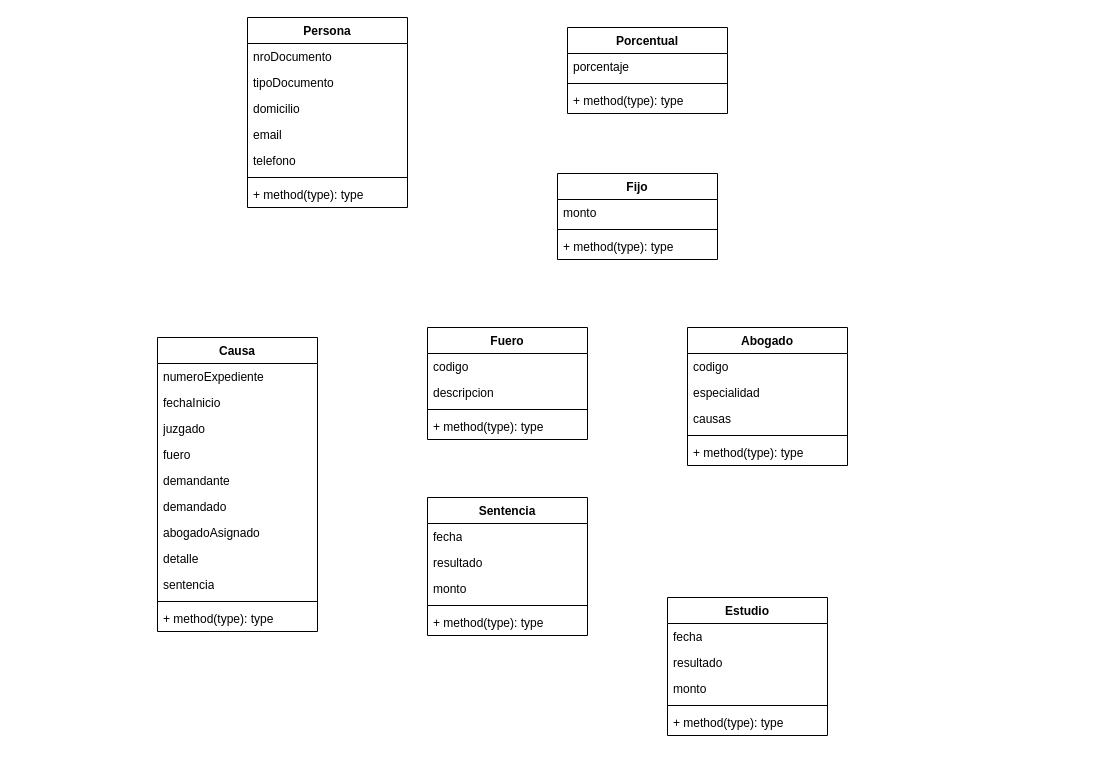
Above: diagrama.drawio in Valentin-Leone-Arriola/Paradigmas-2026-2k06-G03 (draw.io), before the change. Source tidied: cells renumbered, new cells numbered last; positions are measured from the earlier drawing's top-left corner, leaving out a move shared by most shapes. Both pictures are drawn from the tidied source at 100%, with x=0, y=0 at pixel (157, 17).
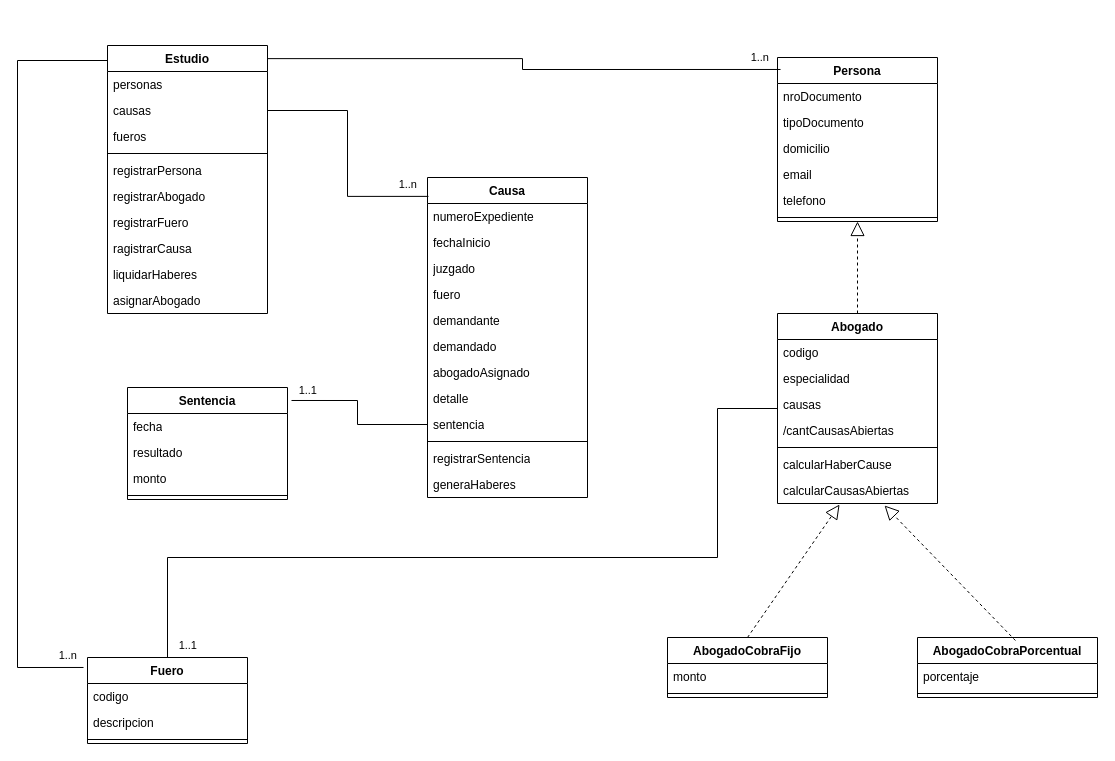
The same diagram, later.

Commit message (it also covers changes not shown here):
actualizando diagrama

The change refers to these unchanged cells:
```xml
<mxCell id="32" value="sentencia" style="text;strokeColor=none;fillColor=none;align=left;verticalAlign=top;spacingLeft=4;spacingRight=4;overflow=hidden;points=[[0,0.5],[1,0.5]];portConstraint=eastwest;whiteSpace=wrap;html=1;" parent="23" vertex="1">
  <mxGeometry y="234" width="160" height="26" as="geometry" />
</mxCell>
```

Change to the diagram source:
```diff
@@
-    <mxCell id="2" value="Fijo" style="swimlane;fontStyle=1;align=center;verticalAlign=top;horizontal=1;startSize=26;whiteSpace=wrap;html=1;" parent="1" vertex="1">
-      <mxGeometry x="400" y="156" width="160" height="86" as="geometry" />
+    <mxCell id="2" value="AbogadoCobraFijo" style="swimlane;fontStyle=1;align=center;verticalAlign=top;horizontal=1;startSize=26;whiteSpace=wrap;html=1;" parent="1" vertex="1">
+      <mxGeometry x="510" y="620" width="160" height="60" as="geometry" />
     </mxCell>
@@
-    <mxCell id="5" value="+ method(type): type" style="text;strokeColor=none;fillColor=none;align=left;verticalAlign=top;spacingLeft=4;spacingRight=4;overflow=hidden;whiteSpace=wrap;html=1;" parent="2" vertex="1">
-      <mxGeometry y="60" width="160" height="26" as="geometry" />
-    </mxCell>
     <mxCell id="6" value="Persona" style="swimlane;fontStyle=1;align=center;verticalAlign=top;horizontal=1;startSize=26;whiteSpace=wrap;html=1;" parent="1" vertex="1">
-      <mxGeometry x="90" width="160" height="190" as="geometry" />
+      <mxGeometry x="620" y="40" width="160" height="164" as="geometry" />
     </mxCell>
@@
-    <mxCell id="13" value="+ method(type): type" style="text;strokeColor=none;fillColor=none;align=left;verticalAlign=top;spacingLeft=4;spacingRight=4;overflow=hidden;whiteSpace=wrap;html=1;" parent="6" vertex="1">
-      <mxGeometry y="164" width="160" height="26" as="geometry" />
-    </mxCell>
-    <mxCell id="14" value="Porcentual" style="swimlane;fontStyle=1;align=center;verticalAlign=top;horizontal=1;startSize=26;whiteSpace=wrap;html=1;" parent="1" vertex="1">
-      <mxGeometry x="410" y="10" width="160" height="86" as="geometry" />
+    <mxCell id="14" value="AbogadoCobraPorcentual" style="swimlane;fontStyle=1;align=center;verticalAlign=top;horizontal=1;startSize=26;whiteSpace=wrap;html=1;" parent="1" vertex="1">
+      <mxGeometry x="760" y="620" width="180" height="60" as="geometry" />
     </mxCell>
     <mxCell id="15" value="porcentaje" style="text;strokeColor=none;fillColor=none;align=left;verticalAlign=top;spacingLeft=4;spacingRight=4;overflow=hidden;whiteSpace=wrap;html=1;" parent="14" vertex="1">
-      <mxGeometry y="26" width="160" height="26" as="geometry" />
+      <mxGeometry y="26" width="180" height="26" as="geometry" />
     </mxCell>
     <mxCell id="16" style="line;strokeWidth=1;fillColor=none;align=left;verticalAlign=middle;spacingTop=-1;spacingLeft=3;spacingRight=3;labelPosition=right;strokeColor=inherit;" parent="14" vertex="1">
-      <mxGeometry y="52" width="160" height="8" as="geometry" />
+      <mxGeometry y="52" width="180" height="8" as="geometry" />
     </mxCell>
-    <mxCell id="17" value="+ method(type): type" style="text;strokeColor=none;fillColor=none;align=left;verticalAlign=top;spacingLeft=4;spacingRight=4;overflow=hidden;whiteSpace=wrap;html=1;" parent="14" vertex="1">
-      <mxGeometry y="60" width="160" height="26" as="geometry" />
-    </mxCell>
     <mxCell id="18" value="Fuero" style="swimlane;fontStyle=1;align=center;verticalAlign=top;horizontal=1;startSize=26;whiteSpace=wrap;html=1;" parent="1" vertex="1">
-      <mxGeometry x="270" y="310" width="160" height="112" as="geometry" />
+      <mxGeometry x="-70" y="640" width="160" height="86" as="geometry" />
     </mxCell>
@@
-    <mxCell id="22" value="+ method(type): type" style="text;strokeColor=none;fillColor=none;align=left;verticalAlign=top;spacingLeft=4;spacingRight=4;overflow=hidden;whiteSpace=wrap;html=1;" parent="18" vertex="1">
-      <mxGeometry y="86" width="160" height="26" as="geometry" />
-    </mxCell>
     <mxCell id="23" value="Causa" style="swimlane;fontStyle=1;align=center;verticalAlign=top;horizontal=1;startSize=26;whiteSpace=wrap;html=1;" parent="1" vertex="1">
-      <mxGeometry y="320" width="160" height="294" as="geometry" />
+      <mxGeometry x="270" y="160" width="160" height="320" as="geometry" />
     </mxCell>
@@
-    <mxCell id="34" value="+ method(type): type" style="text;strokeColor=none;fillColor=none;align=left;verticalAlign=top;spacingLeft=4;spacingRight=4;overflow=hidden;whiteSpace=wrap;html=1;" parent="23" vertex="1">
+    <mxCell id="34" value="registrarSentencia" style="text;strokeColor=none;fillColor=none;align=left;verticalAlign=top;spacingLeft=4;spacingRight=4;overflow=hidden;whiteSpace=wrap;html=1;" parent="23" vertex="1">
       <mxGeometry y="268" width="160" height="26" as="geometry" />
     </mxCell>
+    <mxCell id="53" value="generaHaberes" style="text;strokeColor=none;fillColor=none;align=left;verticalAlign=top;spacingLeft=4;spacingRight=4;overflow=hidden;whiteSpace=wrap;html=1;" parent="23" vertex="1">
+      <mxGeometry y="294" width="160" height="26" as="geometry" />
+    </mxCell>
     <mxCell id="35" value="Abogado" style="swimlane;fontStyle=1;align=center;verticalAlign=top;horizontal=1;startSize=26;whiteSpace=wrap;html=1;" parent="1" vertex="1">
-      <mxGeometry x="530" y="310" width="160" height="138" as="geometry" />
+      <mxGeometry x="620" y="296" width="160" height="190" as="geometry" />
     </mxCell>
@@
+    <mxCell id="54" value="/cantCausasAbiertas" style="text;strokeColor=none;fillColor=none;align=left;verticalAlign=top;spacingLeft=4;spacingRight=4;overflow=hidden;whiteSpace=wrap;html=1;" parent="35" vertex="1">
+      <mxGeometry y="104" width="160" height="26" as="geometry" />
+    </mxCell>
     <mxCell id="39" style="line;strokeWidth=1;fillColor=none;align=left;verticalAlign=middle;spacingTop=-1;spacingLeft=3;spacingRight=3;labelPosition=right;strokeColor=inherit;" parent="35" vertex="1">
-      <mxGeometry y="104" width="160" height="8" as="geometry" />
+      <mxGeometry y="130" width="160" height="8" as="geometry" />
     </mxCell>
-    <mxCell id="40" value="+ method(type): type" style="text;strokeColor=none;fillColor=none;align=left;verticalAlign=top;spacingLeft=4;spacingRight=4;overflow=hidden;whiteSpace=wrap;html=1;" parent="35" vertex="1">
-      <mxGeometry y="112" width="160" height="26" as="geometry" />
+    <mxCell id="40" value="&lt;div&gt;calcularHaberCause&lt;/div&gt;" style="text;strokeColor=none;fillColor=none;align=left;verticalAlign=top;spacingLeft=4;spacingRight=4;overflow=hidden;whiteSpace=wrap;html=1;" parent="35" vertex="1">
+      <mxGeometry y="138" width="160" height="26" as="geometry" />
     </mxCell>
+    <mxCell id="55" value="&lt;div&gt;calcularCausasAbiertas&lt;/div&gt;" style="text;strokeColor=none;fillColor=none;align=left;verticalAlign=top;spacingLeft=4;spacingRight=4;overflow=hidden;points=[[0,0.5],[1,0.5]];portConstraint=eastwest;whiteSpace=wrap;html=1;" parent="35" vertex="1">
+      <mxGeometry y="164" width="160" height="26" as="geometry" />
+    </mxCell>
     <mxCell id="41" value="Sentencia" style="swimlane;fontStyle=1;align=center;verticalAlign=top;horizontal=1;startSize=26;whiteSpace=wrap;html=1;" parent="1" vertex="1">
-      <mxGeometry x="270" y="480" width="160" height="138" as="geometry" />
+      <mxGeometry x="-30" y="370" width="160" height="112" as="geometry" />
     </mxCell>
@@
-    <mxCell id="46" value="+ method(type): type" style="text;strokeColor=none;fillColor=none;align=left;verticalAlign=top;spacingLeft=4;spacingRight=4;overflow=hidden;whiteSpace=wrap;html=1;" parent="41" vertex="1">
-      <mxGeometry y="112" width="160" height="26" as="geometry" />
-    </mxCell>
     <mxCell id="47" value="Estudio" style="swimlane;fontStyle=1;align=center;verticalAlign=top;horizontal=1;startSize=26;whiteSpace=wrap;html=1;" parent="1" vertex="1">
-      <mxGeometry x="510" y="580" width="160" height="138" as="geometry" />
+      <mxGeometry x="-50" y="28" width="160" height="268" as="geometry" />
     </mxCell>
-    <mxCell id="48" value="fecha" style="text;strokeColor=none;fillColor=none;align=left;verticalAlign=top;spacingLeft=4;spacingRight=4;overflow=hidden;whiteSpace=wrap;html=1;" parent="47" vertex="1">
+    <mxCell id="48" value="personas" style="text;strokeColor=none;fillColor=none;align=left;verticalAlign=top;spacingLeft=4;spacingRight=4;overflow=hidden;whiteSpace=wrap;html=1;" parent="47" vertex="1">
       <mxGeometry y="26" width="160" height="26" as="geometry" />
     </mxCell>
-    <mxCell id="49" value="resultado" style="text;strokeColor=none;fillColor=none;align=left;verticalAlign=top;spacingLeft=4;spacingRight=4;overflow=hidden;points=[[0,0.5],[1,0.5]];portConstraint=eastwest;whiteSpace=wrap;html=1;" parent="47" vertex="1">
+    <mxCell id="49" value="causas" style="text;strokeColor=none;fillColor=none;align=left;verticalAlign=top;spacingLeft=4;spacingRight=4;overflow=hidden;points=[[0,0.5],[1,0.5]];portConstraint=eastwest;whiteSpace=wrap;html=1;" parent="47" vertex="1">
       <mxGeometry y="52" width="160" height="26" as="geometry" />
     </mxCell>
-    <mxCell id="50" value="monto" style="text;strokeColor=none;fillColor=none;align=left;verticalAlign=top;spacingLeft=4;spacingRight=4;overflow=hidden;whiteSpace=wrap;html=1;" parent="47" vertex="1">
+    <mxCell id="50" value="fueros" style="text;strokeColor=none;fillColor=none;align=left;verticalAlign=top;spacingLeft=4;spacingRight=4;overflow=hidden;whiteSpace=wrap;html=1;" parent="47" vertex="1">
       <mxGeometry y="78" width="160" height="26" as="geometry" />
     </mxCell>
@@
+    <mxCell id="56" value="registrarPersona" style="text;strokeColor=none;fillColor=none;align=left;verticalAlign=top;spacingLeft=4;spacingRight=4;overflow=hidden;whiteSpace=wrap;html=1;" parent="47" vertex="1">
+      <mxGeometry y="112" width="160" height="26" as="geometry" />
+    </mxCell>
-    <mxCell id="52" value="+ method(type): type" style="text;strokeColor=none;fillColor=none;align=left;verticalAlign=top;spacingLeft=4;spacingRight=4;overflow=hidden;whiteSpace=wrap;html=1;" parent="47" vertex="1">
-      <mxGeometry y="112" width="160" height="26" as="geometry" />
+    <mxCell id="52" value="registrarAbogado" style="text;strokeColor=none;fillColor=none;align=left;verticalAlign=top;spacingLeft=4;spacingRight=4;overflow=hidden;whiteSpace=wrap;html=1;" parent="47" vertex="1">
+      <mxGeometry y="138" width="160" height="26" as="geometry" />
     </mxCell>
+    <mxCell id="57" value="registrarFuero" style="text;strokeColor=none;fillColor=none;align=left;verticalAlign=top;spacingLeft=4;spacingRight=4;overflow=hidden;whiteSpace=wrap;html=1;" parent="47" vertex="1">
+      <mxGeometry y="164" width="160" height="26" as="geometry" />
+    </mxCell>
+    <mxCell id="58" value="ragistrarCausa" style="text;strokeColor=none;fillColor=none;align=left;verticalAlign=top;spacingLeft=4;spacingRight=4;overflow=hidden;whiteSpace=wrap;html=1;" parent="47" vertex="1">
+      <mxGeometry y="190" width="160" height="26" as="geometry" />
+    </mxCell>
+    <mxCell id="59" value="liquidarHaberes" style="text;strokeColor=none;fillColor=none;align=left;verticalAlign=top;spacingLeft=4;spacingRight=4;overflow=hidden;whiteSpace=wrap;html=1;" parent="47" vertex="1">
+      <mxGeometry y="216" width="160" height="26" as="geometry" />
+    </mxCell>
+    <mxCell id="60" value="asignarAbogado" style="text;strokeColor=none;fillColor=none;align=left;verticalAlign=top;spacingLeft=4;spacingRight=4;overflow=hidden;whiteSpace=wrap;html=1;" parent="47" vertex="1">
+      <mxGeometry y="242" width="160" height="26" as="geometry" />
+    </mxCell>
+    <mxCell id="61" style="endArrow=none;html=1;edgeStyle=orthogonalEdgeStyle;rounded=0;exitX=1;exitY=0.5;exitDx=0;exitDy=0;entryX=0.006;entryY=0.059;entryDx=0;entryDy=0;entryPerimeter=0;" parent="1" edge="1" source="49" target="23">
+      <mxGeometry relative="1" as="geometry" />
+    </mxCell>
+    <mxCell id="62" value="1..n" style="edgeLabel;html=1;align=right;verticalAlign=bottom;" parent="61" vertex="1">
+      <mxGeometry x="1" relative="1" as="geometry">
+        <mxPoint x="-11" y="-4" as="offset" />
+      </mxGeometry>
+    </mxCell>
+    <mxCell id="63" style="endArrow=none;html=1;edgeStyle=orthogonalEdgeStyle;rounded=0;exitX=1.025;exitY=0.116;exitDx=0;exitDy=0;exitPerimeter=0;entryX=0;entryY=0.5;entryDx=0;entryDy=0;" parent="1" edge="1" source="41" target="32">
+      <mxGeometry relative="1" as="geometry" />
+    </mxCell>
+    <mxCell id="64" value="1..1" style="edgeLabel;html=1;align=right;verticalAlign=bottom;" parent="63" vertex="1">
+      <mxGeometry x="1" relative="1" as="geometry">
+        <mxPoint x="-110" y="-26" as="offset" />
+      </mxGeometry>
+    </mxCell>
+    <mxCell id="65" style="endArrow=none;html=1;edgeStyle=orthogonalEdgeStyle;rounded=0;exitX=1;exitY=0.049;exitDx=0;exitDy=0;exitPerimeter=0;entryX=0.019;entryY=0.073;entryDx=0;entryDy=0;entryPerimeter=0;" parent="1" edge="1" source="47" target="6">
+      <mxGeometry relative="1" as="geometry" />
+    </mxCell>
+    <mxCell id="66" value="1..n" style="edgeLabel;html=1;align=right;verticalAlign=bottom;" parent="65" vertex="1">
+      <mxGeometry x="1" relative="1" as="geometry">
+        <mxPoint x="-11" y="-4" as="offset" />
+      </mxGeometry>
+    </mxCell>
+    <mxCell id="67" style="endArrow=none;html=1;edgeStyle=orthogonalEdgeStyle;rounded=0;entryX=0;entryY=0.056;entryDx=0;entryDy=0;entryPerimeter=0;exitX=-0.025;exitY=0.116;exitDx=0;exitDy=0;exitPerimeter=0;" parent="1" edge="1" source="18" target="47">
+      <mxGeometry relative="1" as="geometry">
+        <Array as="points">
+          <mxPoint x="-140" y="650" />
+          <mxPoint x="-140" y="43" />
+        </Array>
+      </mxGeometry>
+    </mxCell>
+    <mxCell id="68" value="1..n" style="edgeLabel;html=1;align=right;verticalAlign=bottom;" parent="67" vertex="1">
+      <mxGeometry x="1" relative="1" as="geometry">
+        <mxPoint x="-30" y="603" as="offset" />
+      </mxGeometry>
+    </mxCell>
+    <mxCell id="69" style="endArrow=none;html=1;edgeStyle=orthogonalEdgeStyle;rounded=0;exitX=0.5;exitY=0;exitDx=0;exitDy=0;entryX=0;entryY=0.5;entryDx=0;entryDy=0;" parent="1" edge="1" source="18" target="35">
+      <mxGeometry relative="1" as="geometry">
+        <Array as="points">
+          <mxPoint x="10" y="540" />
+          <mxPoint x="560" y="540" />
+          <mxPoint x="560" y="391" />
+        </Array>
+      </mxGeometry>
+    </mxCell>
+    <mxCell id="70" value="1..1" style="edgeLabel;html=1;align=right;verticalAlign=bottom;" parent="69" vertex="1">
+      <mxGeometry x="1" relative="1" as="geometry">
+        <mxPoint x="-580" y="245" as="offset" />
+      </mxGeometry>
+    </mxCell>
+    <mxCell id="71" style="endArrow=block;dashed=1;endFill=0;endSize=12;html=1;rounded=0;entryX=0.5;entryY=1;entryDx=0;entryDy=0;exitX=0.5;exitY=0;exitDx=0;exitDy=0;" parent="1" edge="1" source="35" target="6">
+      <mxGeometry relative="1" as="geometry" />
+    </mxCell>
+    <mxCell id="72" style="endArrow=block;dashed=1;endFill=0;endSize=12;html=1;rounded=0;entryX=0.388;entryY=1.038;entryDx=0;entryDy=0;exitX=0.5;exitY=0;exitDx=0;exitDy=0;entryPerimeter=0;" parent="1" edge="1" source="2" target="55">
+      <mxGeometry relative="1" as="geometry" />
+    </mxCell>
+    <mxCell id="73" style="endArrow=block;dashed=1;endFill=0;endSize=12;html=1;rounded=0;entryX=0.669;entryY=1.077;entryDx=0;entryDy=0;exitX=0.544;exitY=0.05;exitDx=0;exitDy=0;entryPerimeter=0;exitPerimeter=0;" parent="1" edge="1" source="14" target="55">
+      <mxGeometry relative="1" as="geometry" />
+    </mxCell>
```
